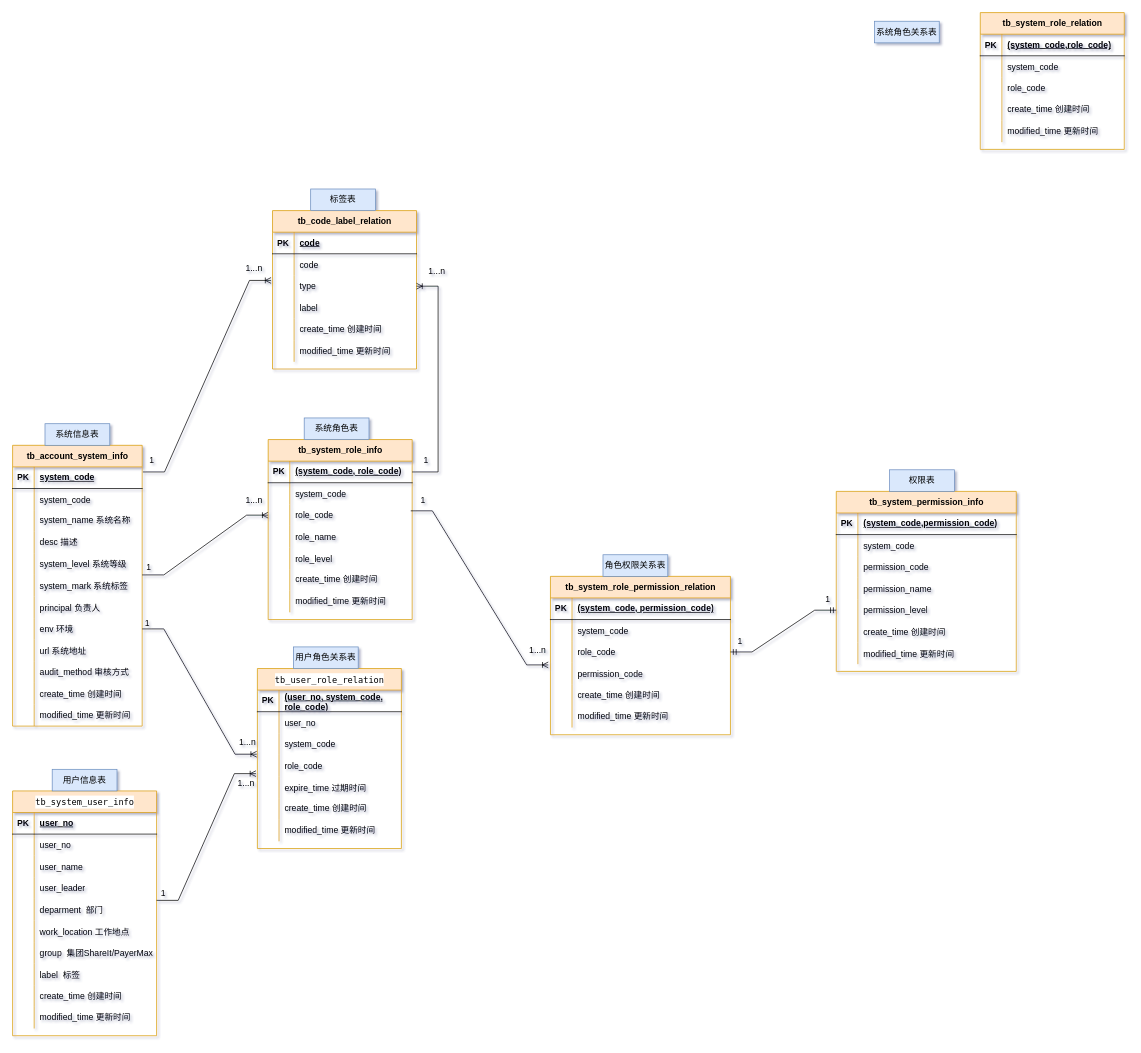
This is page "第 4 页" (4 of 4) of 开票流程.drawio from littleDagron/Codepractice, a draw.io file, before an edit. Source tidied: cells renumbered, new cells numbered last; positions are measured from the earlier drawing's top-left corner, leaving out a move shared by most shapes. Both pictures are drawn from the tidied source at 72%, with x=0, y=0 at pixel (12, 12).
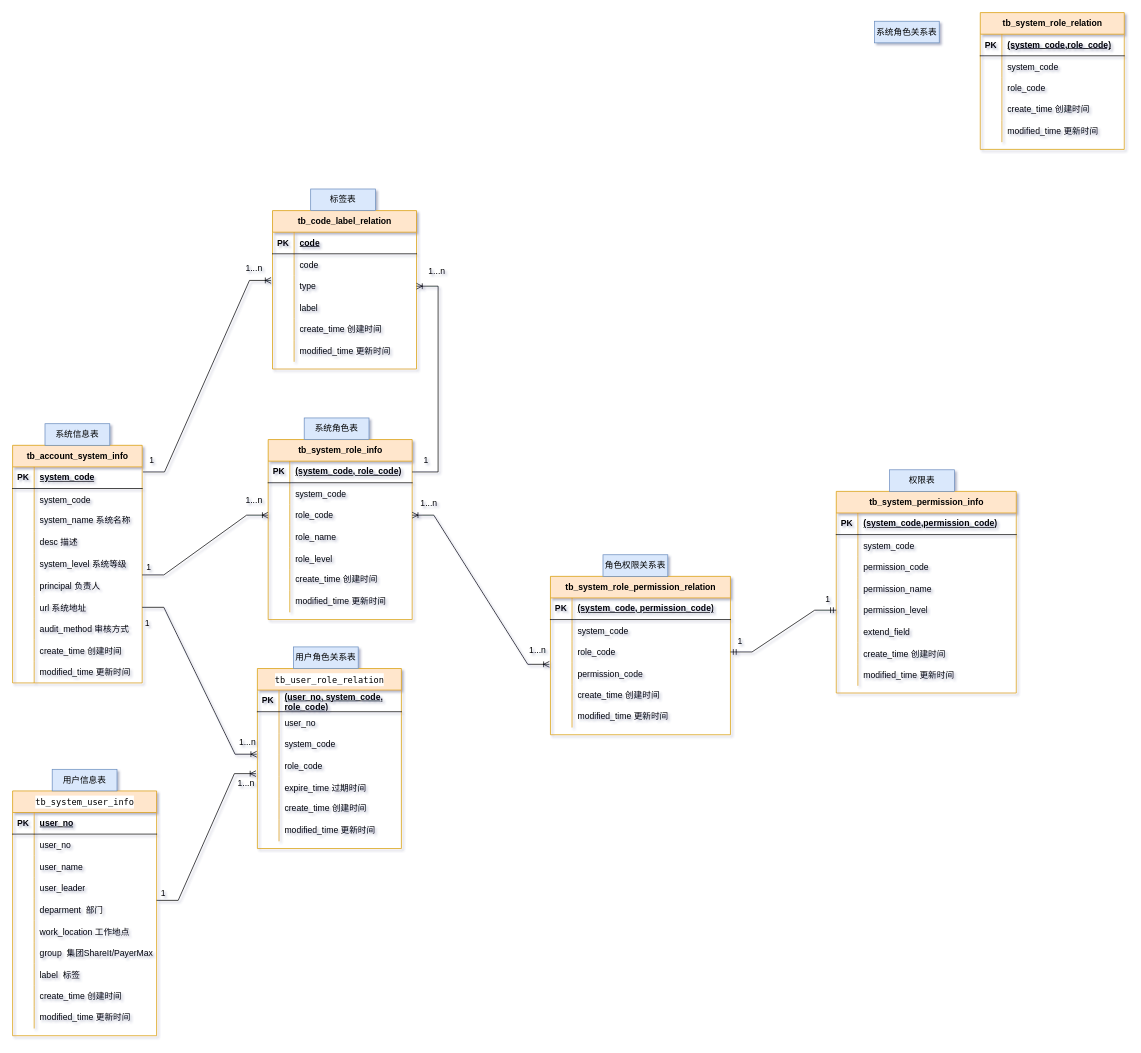
The same diagram, later.

Commit message:
更新开票流程.drawio

Unchanged cells that the change refers to:
```xml
<mxCell id="47" style="shape=tableRow;horizontal=0;startSize=0;swimlaneHead=0;swimlaneBody=0;fillColor=none;points=[[0,0.5],[1,0.5]];portConstraint=eastwest;top=0;left=0;right=0;bottom=0;" parent="40" vertex="1">
  <mxGeometry y="90" width="200" height="30" as="geometry" />
</mxCell>
<mxCell id="72" style="shape=tableRow;horizontal=0;startSize=0;swimlaneHead=0;swimlaneBody=0;fillColor=none;points=[[0,0.5],[1,0.5]];portConstraint=eastwest;top=0;left=0;right=0;bottom=0;" parent="62" vertex="1">
  <mxGeometry y="120" width="250" height="30" as="geometry" />
</mxCell>
<mxCell id="146" style="shape=tableRow;horizontal=0;startSize=0;swimlaneHead=0;swimlaneBody=0;fillColor=none;points=[[0,0.5],[1,0.5]];portConstraint=eastwest;top=0;left=0;right=0;bottom=0;" parent="136" vertex="1">
  <mxGeometry y="120" width="200" height="30" as="geometry" />
</mxCell>
```

The edit, as a diff of the source:
```diff
@@
     <mxCell id="2" value="tb_account_system_info" style="shape=table;startSize=30;childLayout=tableLayout;rowLines=0;fontStyle=1;align=center;html=1;fillColor=#ffe6cc;strokeColor=#d79b00;" parent="1" vertex="1">
-      <mxGeometry y="601" width="180" height="390" as="geometry" />
+      <mxGeometry y="601" width="180" height="330" as="geometry" />
     </mxCell>
@@
-    <mxCell id="18" style="shape=tableRow;horizontal=0;startSize=0;swimlaneHead=0;swimlaneBody=0;fillColor=none;top=0;left=0;right=0;bottom=0;" parent="2" vertex="1">
-      <mxGeometry y="180" width="180" height="30" as="geometry" />
-    </mxCell>
-    <mxCell id="19" style="shape=partialRectangle;fillColor=none;top=0;left=0;bottom=0;right=0;overflow=hidden;" parent="18" vertex="1">
-      <mxGeometry width="30" height="30" as="geometry" />
-    </mxCell>
-    <mxCell id="20" value="system_mark 系统标签" style="shape=partialRectangle;fillColor=none;top=0;left=0;bottom=0;right=0;align=left;spacingLeft=6;overflow=hidden;" parent="18" vertex="1">
-      <mxGeometry x="30" width="150" height="30" as="geometry" />
-    </mxCell>
     <mxCell id="21" style="shape=tableRow;horizontal=0;startSize=0;swimlaneHead=0;swimlaneBody=0;fillColor=none;top=0;left=0;right=0;bottom=0;" parent="2" vertex="1">
-      <mxGeometry y="210" width="180" height="30" as="geometry" />
+      <mxGeometry y="180" width="180" height="30" as="geometry" />
     </mxCell>
@@
-    <mxCell id="24" style="shape=tableRow;horizontal=0;startSize=0;swimlaneHead=0;swimlaneBody=0;fillColor=none;points=[[0,0.5],[1,0.5]];portConstraint=eastwest;top=0;left=0;right=0;bottom=0;" parent="2" vertex="1">
-      <mxGeometry y="240" width="180" height="30" as="geometry" />
-    </mxCell>
-    <mxCell id="25" style="shape=partialRectangle;fillColor=none;top=0;left=0;bottom=0;right=0;overflow=hidden;" parent="24" vertex="1">
-      <mxGeometry width="30" height="30" as="geometry" />
-    </mxCell>
-    <mxCell id="26" value="env 环境" style="shape=partialRectangle;fillColor=none;top=0;left=0;bottom=0;right=0;align=left;spacingLeft=6;overflow=hidden;" parent="24" vertex="1">
-      <mxGeometry x="30" width="150" height="30" as="geometry" />
-    </mxCell>
     <mxCell id="27" style="shape=tableRow;horizontal=0;startSize=0;swimlaneHead=0;swimlaneBody=0;fillColor=none;top=0;left=0;right=0;bottom=0;" parent="2" vertex="1">
-      <mxGeometry y="270" width="180" height="30" as="geometry" />
+      <mxGeometry y="210" width="180" height="30" as="geometry" />
     </mxCell>
@@
     <mxCell id="30" style="shape=tableRow;horizontal=0;startSize=0;swimlaneHead=0;swimlaneBody=0;fillColor=none;top=0;left=0;right=0;bottom=0;" parent="2" vertex="1">
-      <mxGeometry y="300" width="180" height="30" as="geometry" />
+      <mxGeometry y="240" width="180" height="30" as="geometry" />
     </mxCell>
@@
     <mxCell id="33" style="shape=tableRow;horizontal=0;startSize=0;swimlaneHead=0;swimlaneBody=0;fillColor=none;top=0;left=0;right=0;bottom=0;" parent="2" vertex="1">
-      <mxGeometry y="330" width="180" height="30" as="geometry" />
+      <mxGeometry y="270" width="180" height="30" as="geometry" />
     </mxCell>
@@
     <mxCell id="36" style="shape=tableRow;horizontal=0;startSize=0;swimlaneHead=0;swimlaneBody=0;fillColor=none;top=0;left=0;right=0;bottom=0;" parent="2" vertex="1">
-      <mxGeometry y="360" width="180" height="30" as="geometry" />
+      <mxGeometry y="300" width="180" height="30" as="geometry" />
     </mxCell>
@@
-    <mxCell id="81" style="edgeStyle=entityRelationEdgeStyle;fontSize=12;html=1;endArrow=ERoneToMany;rounded=0;entryX=-0.012;entryY=0.1;entryDx=0;entryDy=0;entryPerimeter=0;exitX=0.99;exitY=0.3;exitDx=0;exitDy=0;exitPerimeter=0;" parent="1" edge="1" source="47" target="72">
-      <mxGeometry relative="1" as="geometry" />
-    </mxCell>
     <mxCell id="82" value="tb_system_permission_info" style="shape=table;startSize=30;childLayout=tableLayout;rowLines=0;fontStyle=1;align=center;html=1;fillColor=#ffe6cc;strokeColor=#d79b00;" parent="1" vertex="1">
-      <mxGeometry x="1144" y="665" width="250" height="250" as="geometry" />
+      <mxGeometry x="1144" y="665" width="250" height="280" as="geometry" />
     </mxCell>
@@
+    <mxCell id="219" style="shape=tableRow;horizontal=0;startSize=0;swimlaneHead=0;swimlaneBody=0;fillColor=none;top=0;left=0;right=0;bottom=0;" parent="82" vertex="1">
+      <mxGeometry y="180" width="250" height="30" as="geometry" />
+    </mxCell>
+    <mxCell id="220" style="shape=partialRectangle;fillColor=none;top=0;left=0;bottom=0;right=0;overflow=hidden;" parent="219" vertex="1">
+      <mxGeometry width="30" height="30" as="geometry" />
+    </mxCell>
+    <mxCell id="221" value="extend_field" style="shape=partialRectangle;fillColor=none;top=0;left=0;bottom=0;right=0;align=left;spacingLeft=6;overflow=hidden;" parent="219" vertex="1">
+      <mxGeometry x="30" width="220" height="30" as="geometry" />
+    </mxCell>
     <mxCell id="98" style="shape=tableRow;horizontal=0;startSize=0;swimlaneHead=0;swimlaneBody=0;fillColor=none;top=0;left=0;right=0;bottom=0;" parent="82" vertex="1">
-      <mxGeometry y="180" width="250" height="30" as="geometry" />
+      <mxGeometry y="210" width="250" height="30" as="geometry" />
     </mxCell>
@@
     <mxCell id="101" style="shape=tableRow;horizontal=0;startSize=0;swimlaneHead=0;swimlaneBody=0;fillColor=none;top=0;left=0;right=0;bottom=0;" parent="82" vertex="1">
-      <mxGeometry y="210" width="250" height="30" as="geometry" />
+      <mxGeometry y="240" width="250" height="30" as="geometry" />
     </mxCell>
@@
-    <mxCell id="158" style="edgeStyle=entityRelationEdgeStyle;fontSize=12;html=1;endArrow=ERoneToMany;rounded=0;exitX=1;exitY=0.5;exitDx=0;exitDy=0;entryX=-0.005;entryY=-0.033;entryDx=0;entryDy=0;entryPerimeter=0;" parent="1" edge="1" source="24" target="146">
-      <mxGeometry relative="1" as="geometry" />
+    <mxCell id="158" style="edgeStyle=entityRelationEdgeStyle;fontSize=12;html=1;endArrow=ERoneToMany;rounded=0;exitX=1;exitY=0.5;exitDx=0;exitDy=0;entryX=-0.005;entryY=-0.033;entryDx=0;entryDy=0;entryPerimeter=0;" parent="1" edge="1" target="146">
+      <mxGeometry relative="1" as="geometry">
+        <mxPoint x="180" y="826" as="sourcePoint" />
+      </mxGeometry>
     </mxCell>
@@
-    <mxCell id="192" value="1" style="text;html=1;align=center;verticalAlign=middle;strokeColor=none;fillColor=none;" parent="1" vertex="1">
-      <mxGeometry x="557" y="665" width="25" height="26" as="geometry" />
-    </mxCell>
@@
+    <mxCell id="81" style="edgeStyle=entityRelationEdgeStyle;fontSize=12;html=1;endArrow=ERoneToMany;startArrow=ERoneToMany;rounded=0;entryX=-0.006;entryY=0.072;entryDx=0;entryDy=0;entryPerimeter=0;" parent="1" edge="1" source="47" target="72">
+      <mxGeometry relative="1" as="geometry" />
+    </mxCell>
+    <mxCell id="222" value="1...n" style="text;html=1;align=center;verticalAlign=middle;strokeColor=none;fillColor=none;" parent="1" vertex="1">
+      <mxGeometry x="557" y="669" width="41" height="26" as="geometry" />
+    </mxCell>
```
